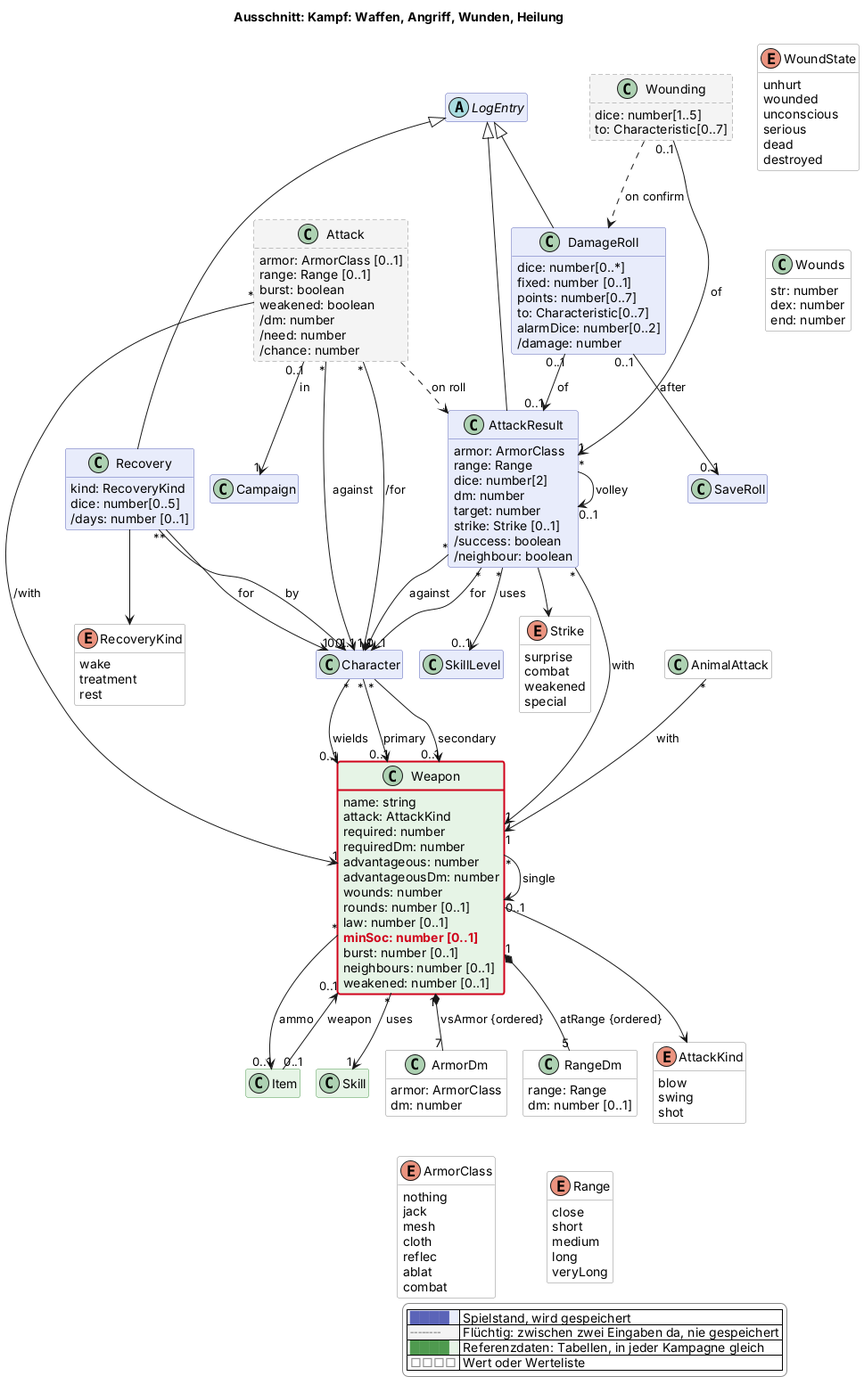
The PlantUML diagram docs/views/kampf.png in scuzzar/SRE, before a commit.
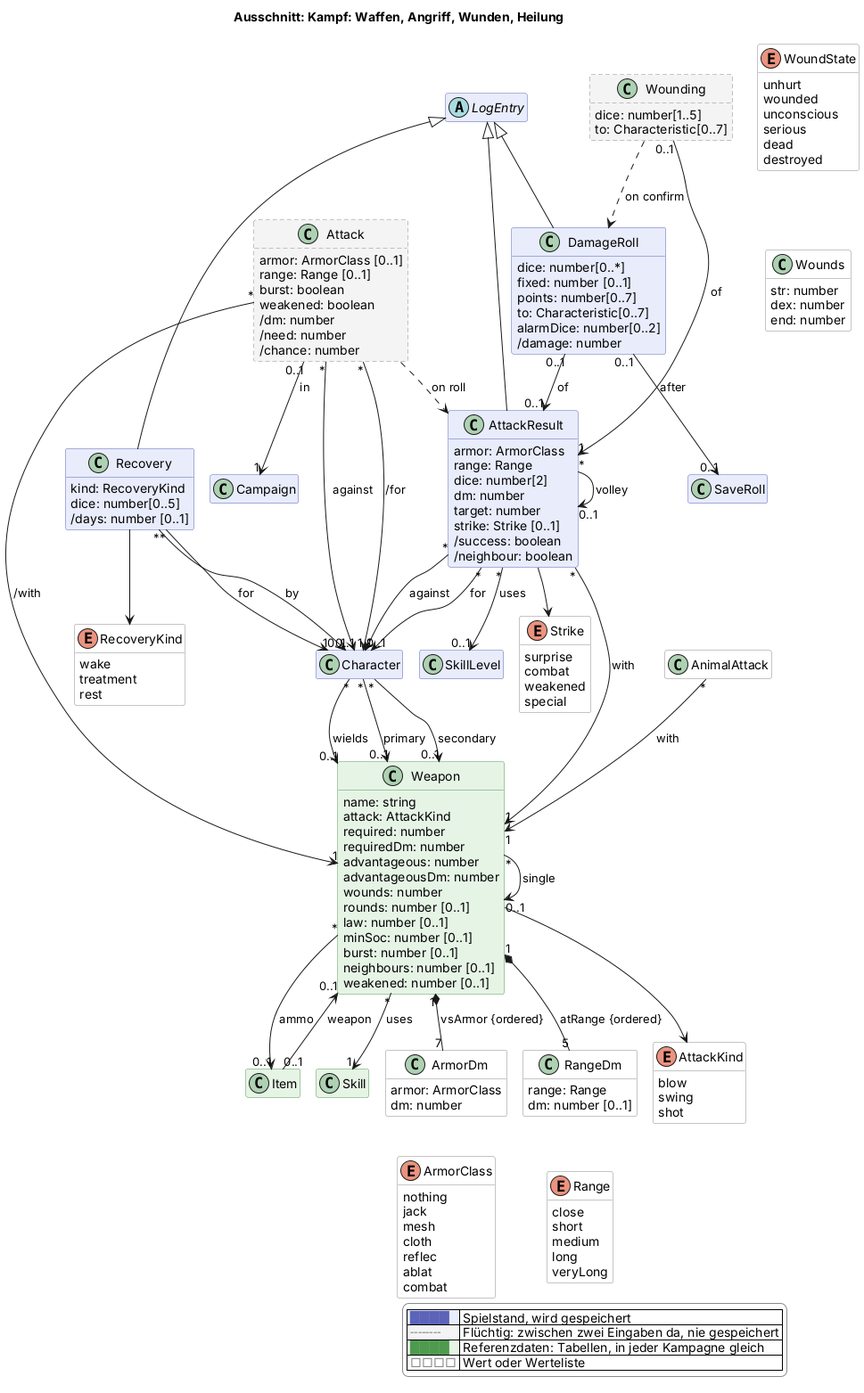
After the commit.

Diff of the diagram source:
```diff
@@ -150,7 +150,7 @@
     wounds: number
     rounds: number [0..1]
     law: number [0..1]
-    $new("2026-11-14c", "minSoc: number [0..1]")
+    minSoc: number [0..1]
     burst: number [0..1]
     neighbours: number [0..1]
     weakened: number [0..1]
@@ -239,5 +239,4 @@
   |<#e6f4e6> <color:#4f9a4f>████</color> | Referenzdaten: Tabellen, in jeder Kampagne gleich |
   |<#ffffff> <color:#8a8a8a>□□□□</color> | Wert oder Werteliste |
 endlegend
-class Weapon #line:d0021b;line.bold
 @enduml
```
